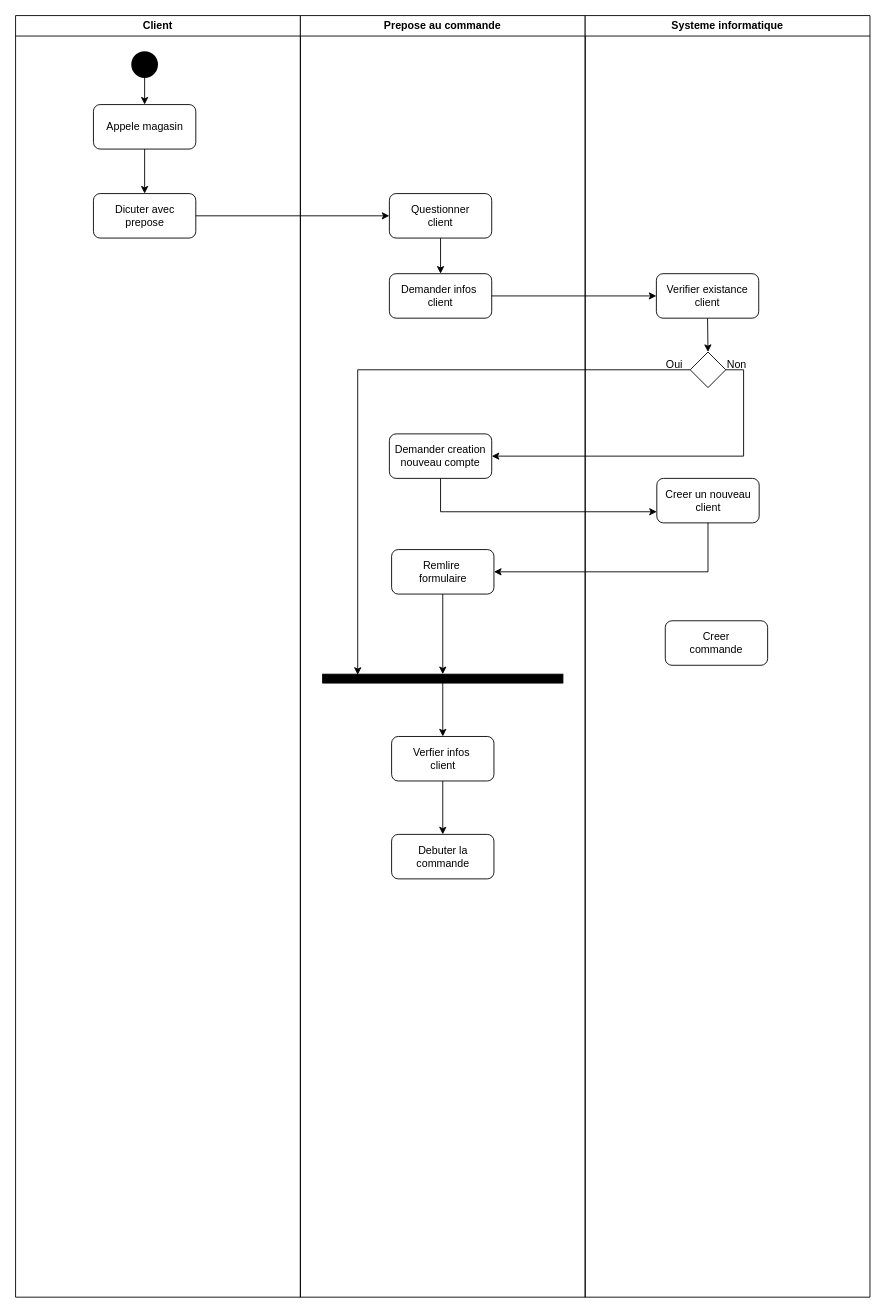
Earlier version of the draw.io diagram magasin.drawio (RusselTano/Diagrame). Source tidied: cells renumbered, new cells numbered last; positions are measured from the earlier drawing's top-left corner, leaving out a move shared by most shapes. Both pictures are drawn from the tidied source at 89%, with x=0, y=0 at pixel (15, 15).
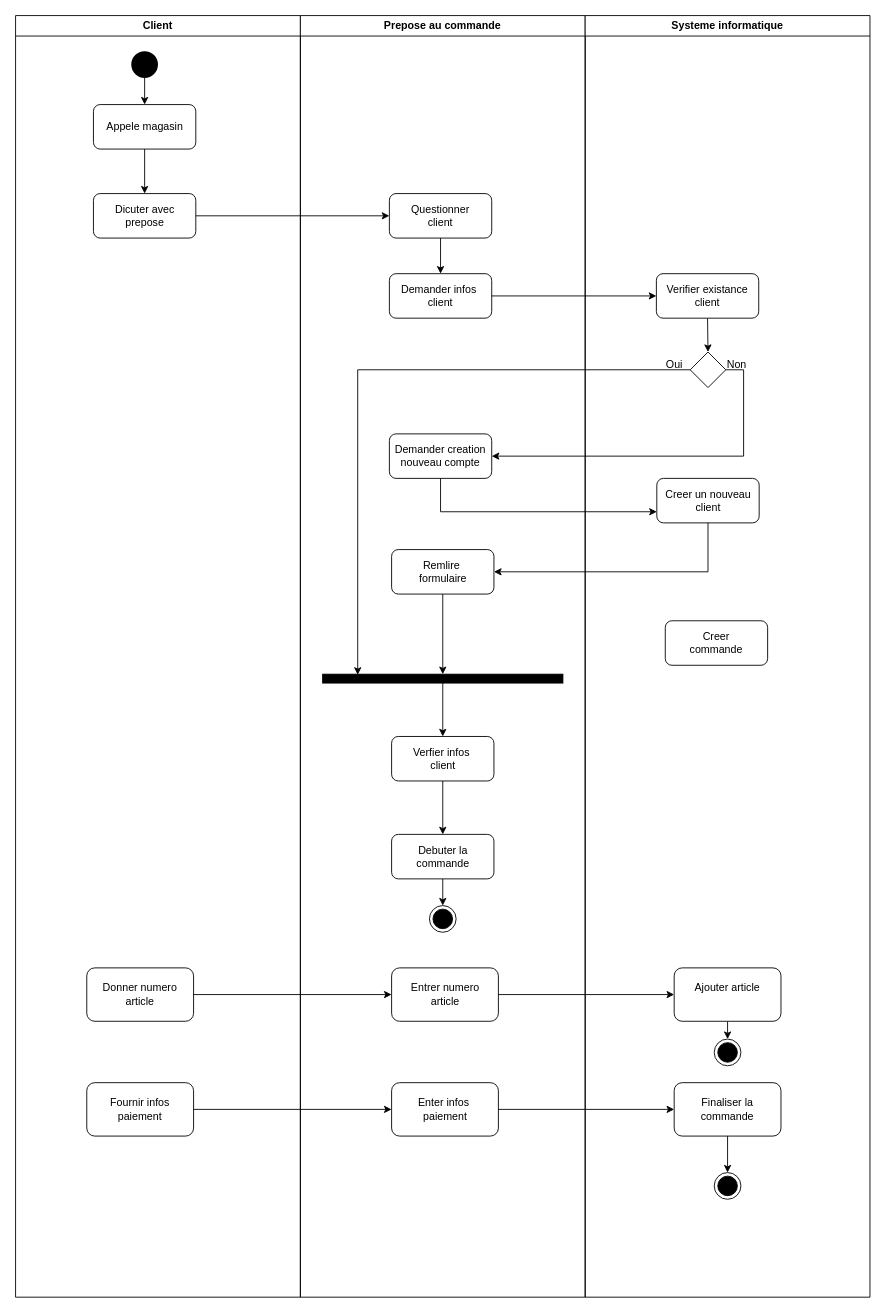
Above is the later version.

The change refers to these unchanged cells:
```xml
<mxCell id="2" value="Client" style="swimlane;whiteSpace=wrap;html=1;" parent="1" vertex="1">
  <mxGeometry width="320" height="1440" as="geometry" />
</mxCell>
<mxCell id="8" value="Prepose au commande" style="swimlane;whiteSpace=wrap;html=1;" parent="1" vertex="1">
  <mxGeometry x="320" width="320" height="1440" as="geometry" />
</mxCell>
<mxCell id="17" value="Debuter la commande" style="rounded=1;whiteSpace=wrap;html=1;" parent="8" vertex="1">
  <mxGeometry x="102.5" y="920" width="115" height="50" as="geometry" />
</mxCell>
<mxCell id="20" value="Systeme informatique" style="swimlane;whiteSpace=wrap;html=1;" parent="1" vertex="1">
  <mxGeometry x="640" width="320" height="1440" as="geometry" />
</mxCell>
```

Diff of the diagram source:
```diff
@@
+    <mxCell id="34" value="Donner numero&lt;div&gt;article&lt;/div&gt;" style="rounded=1;whiteSpace=wrap;html=1;" parent="2" vertex="1">
+      <mxGeometry x="80" y="1070" width="120" height="60" as="geometry" />
+    </mxCell>
@@
+    <mxCell id="35" style="edgeStyle=orthogonalEdgeStyle;rounded=0;jettySize=auto;html=1;exitX=0.5;exitY=1;exitDx=0;exitDy=0;entryX=0.5;entryY=0;entryDx=0;entryDy=0;" parent="8" edge="1" source="17" target="36">
+      <mxGeometry relative="1" as="geometry" />
+    </mxCell>
@@
+    <mxCell id="36" style="ellipse;html=1;shape=endState;fillColor=#000000;strokeColor=#000000;" parent="8" vertex="1">
+      <mxGeometry x="145" y="1000" width="30" height="30" as="geometry" />
+    </mxCell>
+    <mxCell id="37" value="Entrer numero&lt;div&gt;article&lt;/div&gt;" style="rounded=1;whiteSpace=wrap;html=1;" parent="8" vertex="1">
+      <mxGeometry x="102.5" y="1070" width="120" height="60" as="geometry" />
+    </mxCell>
+    <mxCell id="38" value="Fournir infos&lt;div&gt;paiement&lt;/div&gt;" style="rounded=1;whiteSpace=wrap;html=1;" parent="8" vertex="1">
+      <mxGeometry x="-240" y="1199" width="120" height="60" as="geometry" />
+    </mxCell>
+    <mxCell id="39" value="Enter infos&amp;nbsp;&lt;div&gt;paiement&lt;/div&gt;" style="rounded=1;whiteSpace=wrap;html=1;" parent="8" vertex="1">
+      <mxGeometry x="102.5" y="1199" width="120" height="60" as="geometry" />
+    </mxCell>
+    <mxCell id="40" value="&lt;div&gt;Finaliser la&lt;/div&gt;&lt;div&gt;commande&lt;/div&gt;" style="rounded=1;whiteSpace=wrap;html=1;" parent="8" vertex="1">
+      <mxGeometry x="420" y="1199" width="120" height="60" as="geometry" />
+    </mxCell>
+    <mxCell id="41" style="edgeStyle=orthogonalEdgeStyle;rounded=0;jettySize=auto;html=1;exitX=1;exitY=0.5;exitDx=0;exitDy=0;entryX=0;entryY=0.5;entryDx=0;entryDy=0;" parent="8" edge="1" source="38" target="39">
+      <mxGeometry relative="1" as="geometry" />
+    </mxCell>
+    <mxCell id="42" style="edgeStyle=orthogonalEdgeStyle;rounded=0;jettySize=auto;html=1;exitX=1;exitY=0.5;exitDx=0;exitDy=0;entryX=0;entryY=0.5;entryDx=0;entryDy=0;" parent="8" edge="1" source="39" target="40">
+      <mxGeometry relative="1" as="geometry" />
+    </mxCell>
@@
+    <mxCell id="43" style="edgeStyle=orthogonalEdgeStyle;rounded=0;jettySize=auto;html=1;exitX=0.5;exitY=1;exitDx=0;exitDy=0;entryX=0.5;entryY=0;entryDx=0;entryDy=0;" parent="20" edge="1" source="44" target="45">
+      <mxGeometry relative="1" as="geometry" />
+    </mxCell>
+    <mxCell id="44" value="Ajouter article&lt;div&gt;&lt;br&gt;&lt;/div&gt;" style="rounded=1;whiteSpace=wrap;html=1;" parent="20" vertex="1">
+      <mxGeometry x="100" y="1070" width="120" height="60" as="geometry" />
+    </mxCell>
+    <mxCell id="45" style="ellipse;html=1;shape=endState;fillColor=#000000;strokeColor=#000000;" parent="20" vertex="1">
+      <mxGeometry x="145" y="1150" width="30" height="30" as="geometry" />
+    </mxCell>
+    <mxCell id="46" style="ellipse;html=1;shape=endState;fillColor=#000000;strokeColor=#000000;" parent="20" vertex="1">
+      <mxGeometry x="145" y="1300" width="30" height="30" as="geometry" />
+    </mxCell>
@@
+    <mxCell id="47" style="edgeStyle=orthogonalEdgeStyle;rounded=0;jettySize=auto;html=1;exitX=1;exitY=0.5;exitDx=0;exitDy=0;entryX=0;entryY=0.5;entryDx=0;entryDy=0;" parent="1" edge="1" source="34" target="37">
+      <mxGeometry relative="1" as="geometry" />
+    </mxCell>
+    <mxCell id="48" style="edgeStyle=orthogonalEdgeStyle;rounded=0;jettySize=auto;html=1;exitX=1;exitY=0.5;exitDx=0;exitDy=0;entryX=0;entryY=0.5;entryDx=0;entryDy=0;" parent="1" edge="1" source="37" target="44">
+      <mxGeometry relative="1" as="geometry" />
+    </mxCell>
+    <mxCell id="49" style="edgeStyle=orthogonalEdgeStyle;rounded=0;jettySize=auto;html=1;exitX=0.5;exitY=1;exitDx=0;exitDy=0;entryX=0.5;entryY=0;entryDx=0;entryDy=0;" parent="1" edge="1" source="40" target="46">
+      <mxGeometry relative="1" as="geometry" />
+    </mxCell>
```
